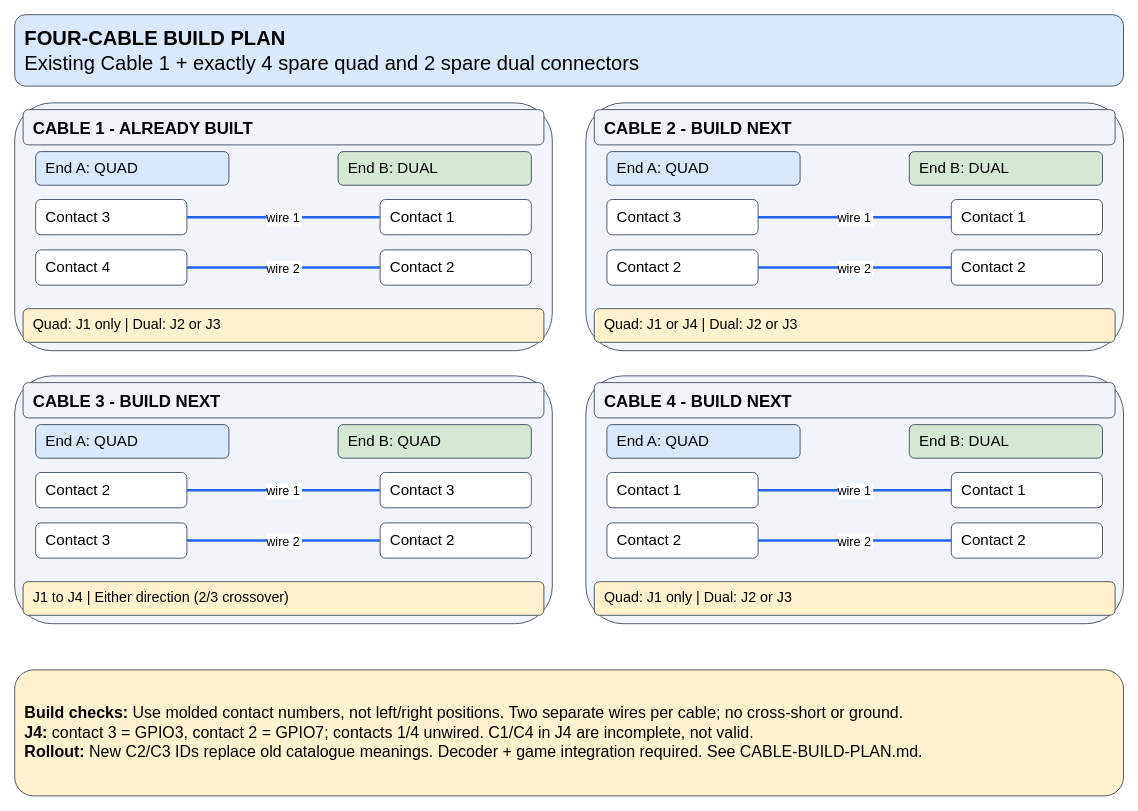
Above: page "Cable Build Plan" (2 of 2) of hardware/raspberry-pi/panel-pi-wiring.drawio in Andworx/Copilot-IoT-Game (draw.io), before the change. Source tidied: cells renumbered, new cells numbered last; positions are measured from the earlier drawing's top-left corner, leaving out a move shared by most shapes. Both pictures are drawn from the tidied source at 84%, with x=0, y=0 at pixel (14, 14).
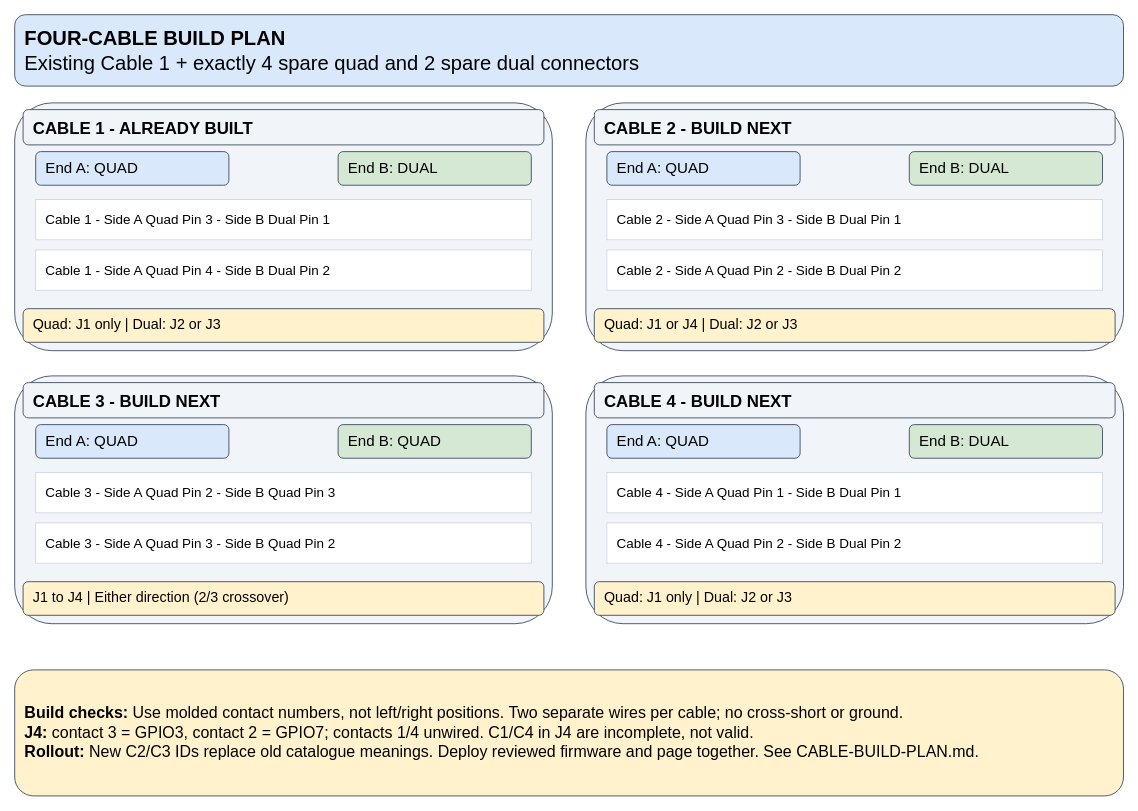
The same diagram, later.

What changed in the source:
```diff
@@
-    <mxCell id="7" value="Contact 3" style="rounded=1;whiteSpace=wrap;html=1;fillColor=#FFFFFF;strokeColor=#334155;fontSize=18;fontFamily=Helvetica;align=left;verticalAlign=middle;spacing=12;" parent="1" vertex="1">
-      <mxGeometry x="25" y="220" width="180" height="42" as="geometry" />
-    </mxCell>
-    <mxCell id="8" value="Contact 1" style="rounded=1;whiteSpace=wrap;html=1;fillColor=#FFFFFF;strokeColor=#334155;fontSize=18;fontFamily=Helvetica;align=left;verticalAlign=middle;spacing=12;" parent="1" vertex="1">
-      <mxGeometry x="435" y="220" width="180" height="42" as="geometry" />
-    </mxCell>
-    <mxCell id="9" value="wire 1" style="endArrow=none;startArrow=none;strokeWidth=3;strokeColor=#2563EB;fontSize=15;" parent="1" edge="1" source="7" target="8">
-      <mxGeometry relative="1" as="geometry" />
+    <mxCell id="9" value="Cable 1 - Side A Quad Pin 3 - Side B Dual Pin 1" style="whiteSpace=wrap;html=1;fillColor=#FFFFFF;strokeColor=#CBD5E1;fontSize=16;align=left;spacing=12;" parent="1" vertex="1" edge="0">
+      <mxGeometry x="25" y="220" width="590" height="48" as="geometry" />
     </mxCell>
-    <mxCell id="10" value="Contact 4" style="rounded=1;whiteSpace=wrap;html=1;fillColor=#FFFFFF;strokeColor=#334155;fontSize=18;fontFamily=Helvetica;align=left;verticalAlign=middle;spacing=12;" parent="1" vertex="1">
-      <mxGeometry x="25" y="280" width="180" height="42" as="geometry" />
-    </mxCell>
-    <mxCell id="11" value="Contact 2" style="rounded=1;whiteSpace=wrap;html=1;fillColor=#FFFFFF;strokeColor=#334155;fontSize=18;fontFamily=Helvetica;align=left;verticalAlign=middle;spacing=12;" parent="1" vertex="1">
-      <mxGeometry x="435" y="280" width="180" height="42" as="geometry" />
-    </mxCell>
-    <mxCell id="12" value="wire 2" style="endArrow=none;startArrow=none;strokeWidth=3;strokeColor=#2563EB;fontSize=15;" parent="1" edge="1" source="10" target="11">
-      <mxGeometry relative="1" as="geometry" />
+    <mxCell id="12" value="Cable 1 - Side A Quad Pin 4 - Side B Dual Pin 2" style="whiteSpace=wrap;html=1;fillColor=#FFFFFF;strokeColor=#CBD5E1;fontSize=16;align=left;spacing=12;" parent="1" vertex="1" edge="0">
+      <mxGeometry x="25" y="280" width="590" height="48" as="geometry" />
     </mxCell>
@@
-    <mxCell id="18" value="Contact 3" style="rounded=1;whiteSpace=wrap;html=1;fillColor=#FFFFFF;strokeColor=#334155;fontSize=18;fontFamily=Helvetica;align=left;verticalAlign=middle;spacing=12;" parent="1" vertex="1">
-      <mxGeometry x="705" y="220" width="180" height="42" as="geometry" />
-    </mxCell>
-    <mxCell id="19" value="Contact 1" style="rounded=1;whiteSpace=wrap;html=1;fillColor=#FFFFFF;strokeColor=#334155;fontSize=18;fontFamily=Helvetica;align=left;verticalAlign=middle;spacing=12;" parent="1" vertex="1">
-      <mxGeometry x="1115" y="220" width="180" height="42" as="geometry" />
-    </mxCell>
-    <mxCell id="20" value="wire 1" style="endArrow=none;startArrow=none;strokeWidth=3;strokeColor=#2563EB;fontSize=15;" parent="1" edge="1" source="18" target="19">
-      <mxGeometry relative="1" as="geometry" />
+    <mxCell id="20" value="Cable 2 - Side A Quad Pin 3 - Side B Dual Pin 1" style="whiteSpace=wrap;html=1;fillColor=#FFFFFF;strokeColor=#CBD5E1;fontSize=16;align=left;spacing=12;" parent="1" vertex="1" edge="0">
+      <mxGeometry x="705" y="220" width="590" height="48" as="geometry" />
     </mxCell>
-    <mxCell id="21" value="Contact 2" style="rounded=1;whiteSpace=wrap;html=1;fillColor=#FFFFFF;strokeColor=#334155;fontSize=18;fontFamily=Helvetica;align=left;verticalAlign=middle;spacing=12;" parent="1" vertex="1">
-      <mxGeometry x="705" y="280" width="180" height="42" as="geometry" />
-    </mxCell>
-    <mxCell id="22" value="Contact 2" style="rounded=1;whiteSpace=wrap;html=1;fillColor=#FFFFFF;strokeColor=#334155;fontSize=18;fontFamily=Helvetica;align=left;verticalAlign=middle;spacing=12;" parent="1" vertex="1">
-      <mxGeometry x="1115" y="280" width="180" height="42" as="geometry" />
-    </mxCell>
-    <mxCell id="23" value="wire 2" style="endArrow=none;startArrow=none;strokeWidth=3;strokeColor=#2563EB;fontSize=15;" parent="1" edge="1" source="21" target="22">
-      <mxGeometry relative="1" as="geometry" />
+    <mxCell id="23" value="Cable 2 - Side A Quad Pin 2 - Side B Dual Pin 2" style="whiteSpace=wrap;html=1;fillColor=#FFFFFF;strokeColor=#CBD5E1;fontSize=16;align=left;spacing=12;" parent="1" vertex="1" edge="0">
+      <mxGeometry x="705" y="280" width="590" height="48" as="geometry" />
     </mxCell>
@@
-    <mxCell id="29" value="Contact 2" style="rounded=1;whiteSpace=wrap;html=1;fillColor=#FFFFFF;strokeColor=#334155;fontSize=18;fontFamily=Helvetica;align=left;verticalAlign=middle;spacing=12;" parent="1" vertex="1">
-      <mxGeometry x="25" y="545" width="180" height="42" as="geometry" />
-    </mxCell>
-    <mxCell id="30" value="Contact 3" style="rounded=1;whiteSpace=wrap;html=1;fillColor=#FFFFFF;strokeColor=#334155;fontSize=18;fontFamily=Helvetica;align=left;verticalAlign=middle;spacing=12;" parent="1" vertex="1">
-      <mxGeometry x="435" y="545" width="180" height="42" as="geometry" />
-    </mxCell>
-    <mxCell id="31" value="wire 1" style="endArrow=none;startArrow=none;strokeWidth=3;strokeColor=#2563EB;fontSize=15;" parent="1" edge="1" source="29" target="30">
-      <mxGeometry relative="1" as="geometry" />
+    <mxCell id="31" value="Cable 3 - Side A Quad Pin 2 - Side B Quad Pin 3" style="whiteSpace=wrap;html=1;fillColor=#FFFFFF;strokeColor=#CBD5E1;fontSize=16;align=left;spacing=12;" parent="1" vertex="1" edge="0">
+      <mxGeometry x="25" y="545" width="590" height="48" as="geometry" />
     </mxCell>
-    <mxCell id="32" value="Contact 3" style="rounded=1;whiteSpace=wrap;html=1;fillColor=#FFFFFF;strokeColor=#334155;fontSize=18;fontFamily=Helvetica;align=left;verticalAlign=middle;spacing=12;" parent="1" vertex="1">
-      <mxGeometry x="25" y="605" width="180" height="42" as="geometry" />
-    </mxCell>
-    <mxCell id="33" value="Contact 2" style="rounded=1;whiteSpace=wrap;html=1;fillColor=#FFFFFF;strokeColor=#334155;fontSize=18;fontFamily=Helvetica;align=left;verticalAlign=middle;spacing=12;" parent="1" vertex="1">
-      <mxGeometry x="435" y="605" width="180" height="42" as="geometry" />
-    </mxCell>
-    <mxCell id="34" value="wire 2" style="endArrow=none;startArrow=none;strokeWidth=3;strokeColor=#2563EB;fontSize=15;" parent="1" edge="1" source="32" target="33">
-      <mxGeometry relative="1" as="geometry" />
+    <mxCell id="34" value="Cable 3 - Side A Quad Pin 3 - Side B Quad Pin 2" style="whiteSpace=wrap;html=1;fillColor=#FFFFFF;strokeColor=#CBD5E1;fontSize=16;align=left;spacing=12;" parent="1" vertex="1" edge="0">
+      <mxGeometry x="25" y="605" width="590" height="48" as="geometry" />
     </mxCell>
@@
-    <mxCell id="40" value="Contact 1" style="rounded=1;whiteSpace=wrap;html=1;fillColor=#FFFFFF;strokeColor=#334155;fontSize=18;fontFamily=Helvetica;align=left;verticalAlign=middle;spacing=12;" parent="1" vertex="1">
-      <mxGeometry x="705" y="545" width="180" height="42" as="geometry" />
-    </mxCell>
-    <mxCell id="41" value="Contact 1" style="rounded=1;whiteSpace=wrap;html=1;fillColor=#FFFFFF;strokeColor=#334155;fontSize=18;fontFamily=Helvetica;align=left;verticalAlign=middle;spacing=12;" parent="1" vertex="1">
-      <mxGeometry x="1115" y="545" width="180" height="42" as="geometry" />
-    </mxCell>
-    <mxCell id="42" value="wire 1" style="endArrow=none;startArrow=none;strokeWidth=3;strokeColor=#2563EB;fontSize=15;" parent="1" edge="1" source="40" target="41">
-      <mxGeometry relative="1" as="geometry" />
+    <mxCell id="42" value="Cable 4 - Side A Quad Pin 1 - Side B Dual Pin 1" style="whiteSpace=wrap;html=1;fillColor=#FFFFFF;strokeColor=#CBD5E1;fontSize=16;align=left;spacing=12;" parent="1" vertex="1" edge="0">
+      <mxGeometry x="705" y="545" width="590" height="48" as="geometry" />
     </mxCell>
-    <mxCell id="43" value="Contact 2" style="rounded=1;whiteSpace=wrap;html=1;fillColor=#FFFFFF;strokeColor=#334155;fontSize=18;fontFamily=Helvetica;align=left;verticalAlign=middle;spacing=12;" parent="1" vertex="1">
-      <mxGeometry x="705" y="605" width="180" height="42" as="geometry" />
-    </mxCell>
-    <mxCell id="44" value="Contact 2" style="rounded=1;whiteSpace=wrap;html=1;fillColor=#FFFFFF;strokeColor=#334155;fontSize=18;fontFamily=Helvetica;align=left;verticalAlign=middle;spacing=12;" parent="1" vertex="1">
-      <mxGeometry x="1115" y="605" width="180" height="42" as="geometry" />
-    </mxCell>
-    <mxCell id="45" value="wire 2" style="endArrow=none;startArrow=none;strokeWidth=3;strokeColor=#2563EB;fontSize=15;" parent="1" edge="1" source="43" target="44">
-      <mxGeometry relative="1" as="geometry" />
+    <mxCell id="45" value="Cable 4 - Side A Quad Pin 2 - Side B Dual Pin 2" style="whiteSpace=wrap;html=1;fillColor=#FFFFFF;strokeColor=#CBD5E1;fontSize=16;align=left;spacing=12;" parent="1" vertex="1" edge="0">
+      <mxGeometry x="705" y="605" width="590" height="48" as="geometry" />
     </mxCell>
@@
-    <mxCell id="47" value="&lt;b&gt;Build checks:&lt;/b&gt; Use molded contact numbers, not left/right positions. Two separate wires per cable; no cross-short or ground.&lt;br&gt;&lt;b&gt;J4:&lt;/b&gt; contact 3 = GPIO3, contact 2 = GPIO7; contacts 1/4 unwired. C1/C4 in J4 are incomplete, not valid.&lt;br&gt;&lt;b&gt;Rollout:&lt;/b&gt; New C2/C3 IDs replace old catalogue meanings. Decoder + game integration required. See CABLE-BUILD-PLAN.md." style="rounded=1;whiteSpace=wrap;html=1;fillColor=#FFF2CC;strokeColor=#334155;fontSize=19;fontFamily=Helvetica;align=left;verticalAlign=middle;spacing=12;" parent="1" vertex="1">
+    <mxCell id="47" value="&lt;b&gt;Build checks:&lt;/b&gt; Use molded contact numbers, not left/right positions. Two separate wires per cable; no cross-short or ground.&lt;br&gt;&lt;b&gt;J4:&lt;/b&gt; contact 3 = GPIO3, contact 2 = GPIO7; contacts 1/4 unwired. C1/C4 in J4 are incomplete, not valid.&lt;br&gt;&lt;b&gt;Rollout:&lt;/b&gt; New C2/C3 IDs replace old catalogue meanings. Deploy reviewed firmware and page together. See CABLE-BUILD-PLAN.md." style="rounded=1;whiteSpace=wrap;html=1;fillColor=#FFF2CC;strokeColor=#334155;fontSize=19;fontFamily=Helvetica;align=left;verticalAlign=middle;spacing=12;" parent="1" vertex="1">
       <mxGeometry y="780" width="1320" height="150" as="geometry" />
     </mxCell>
```
